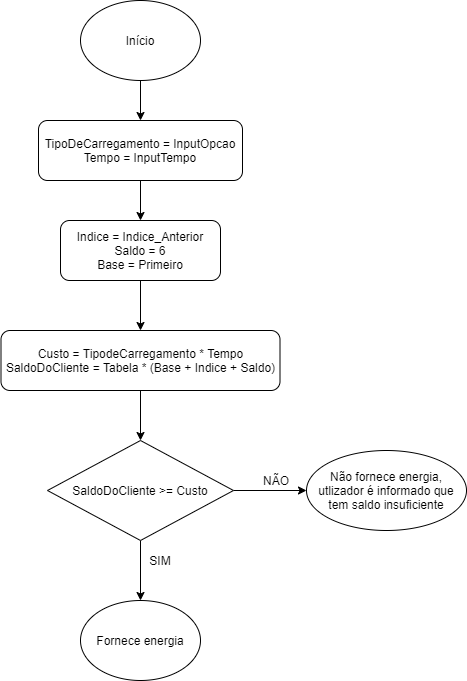
Above: flux_verificacao_saldo.png in ProgRub/Proj2AC (draw.io), before the change. Source tidied: cells renumbered, new cells last; positions are measured from the earlier drawing's top-left corner, leaving out a move shared by most shapes.
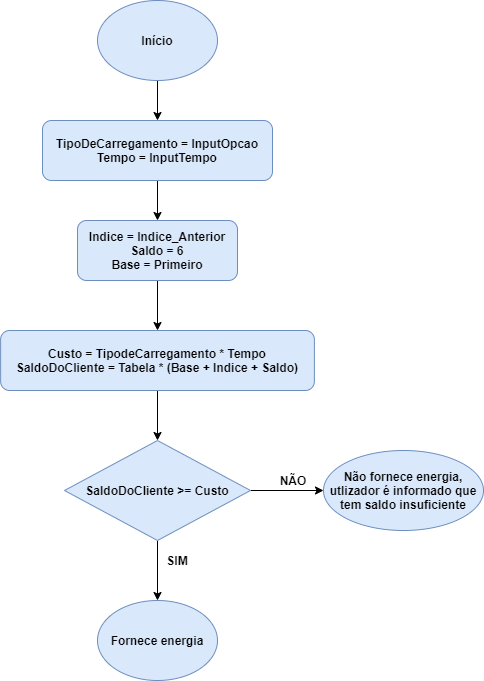
Later version of the same file.

What changed in the source:
```diff
@@ -5,26 +5,26 @@
     <mxCell id="2" style="edgeStyle=orthogonalEdgeStyle;rounded=0;jettySize=auto;html=1;entryX=0.5;entryY=0;entryDx=0;entryDy=0;" parent="1" edge="1" source="3" target="5">
       <mxGeometry relative="1" as="geometry" />
     </mxCell>
-    <mxCell id="3" value="Início" style="ellipse;whiteSpace=wrap;html=1;" parent="1" vertex="1">
+    <mxCell id="3" value="Início" style="ellipse;whiteSpace=wrap;html=1;fillColor=#dae8fc;strokeColor=#6c8ebf;fontStyle=1;" parent="1" vertex="1">
       <mxGeometry x="80" width="120" height="80" as="geometry" />
     </mxCell>
     <mxCell id="4" style="edgeStyle=orthogonalEdgeStyle;rounded=0;jettySize=auto;html=1;entryX=0.5;entryY=0;entryDx=0;entryDy=0;" parent="1" edge="1" source="5" target="7">
       <mxGeometry relative="1" as="geometry" />
     </mxCell>
-    <mxCell id="5" value="TipoDeCarregamento = InputOpcao&lt;br&gt;Tempo = InputTempo" style="rounded=1;whiteSpace=wrap;html=1;" parent="1" vertex="1">
-      <mxGeometry x="38" y="120" width="204" height="60" as="geometry" />
+    <mxCell id="5" value="TipoDeCarregamento = InputOpcao&lt;br&gt;Tempo = InputTempo" style="rounded=1;whiteSpace=wrap;html=1;fillColor=#dae8fc;strokeColor=#6c8ebf;fontStyle=1;" parent="1" vertex="1">
+      <mxGeometry x="25" y="120" width="230" height="60" as="geometry" />
     </mxCell>
     <mxCell id="6" style="edgeStyle=orthogonalEdgeStyle;rounded=0;jettySize=auto;html=1;" parent="1" edge="1" source="7" target="9">
       <mxGeometry relative="1" as="geometry" />
     </mxCell>
-    <mxCell id="7" value="Indice = Indice_Anterior&lt;br&gt;Saldo = 6&lt;br&gt;Base = Primeiro" style="rounded=1;whiteSpace=wrap;html=1;" parent="1" vertex="1">
+    <mxCell id="7" value="Indice = Indice_Anterior&lt;br&gt;Saldo = 6&lt;br&gt;Base = Primeiro" style="rounded=1;whiteSpace=wrap;html=1;fillColor=#dae8fc;strokeColor=#6c8ebf;fontStyle=1;" parent="1" vertex="1">
       <mxGeometry x="60" y="220" width="160" height="60" as="geometry" />
     </mxCell>
     <mxCell id="8" style="edgeStyle=orthogonalEdgeStyle;rounded=0;jettySize=auto;html=1;entryX=0.5;entryY=0;entryDx=0;entryDy=0;" parent="1" edge="1" source="9" target="12">
       <mxGeometry relative="1" as="geometry" />
     </mxCell>
-    <mxCell id="9" value="Custo = TipodeCarregamento * Tempo&lt;br&gt;SaldoDoCliente = Tabela * (Base + Indice + Saldo)" style="rounded=1;whiteSpace=wrap;html=1;" parent="1" vertex="1">
-      <mxGeometry x="0.5" y="330" width="279" height="60" as="geometry" />
+    <mxCell id="9" value="Custo = TipodeCarregamento * Tempo&lt;br&gt;SaldoDoCliente = Tabela * (Base + Indice + Saldo)" style="rounded=1;whiteSpace=wrap;html=1;fillColor=#dae8fc;strokeColor=#6c8ebf;fontStyle=1;" parent="1" vertex="1">
+      <mxGeometry x="-16.9" y="330" width="313.8" height="60" as="geometry" />
     </mxCell>
     <mxCell id="10" style="edgeStyle=orthogonalEdgeStyle;rounded=0;jettySize=auto;html=1;entryX=0;entryY=0.5;entryDx=0;entryDy=0;" parent="1" edge="1" source="12" target="14">
       <mxGeometry relative="1" as="geometry" />
@@ -32,19 +32,19 @@
     <mxCell id="11" style="edgeStyle=orthogonalEdgeStyle;rounded=0;jettySize=auto;html=1;entryX=0.5;entryY=0;entryDx=0;entryDy=0;" parent="1" edge="1" source="12" target="13">
       <mxGeometry relative="1" as="geometry" />
     </mxCell>
-    <mxCell id="12" value="SaldoDoCliente &amp;gt;= Custo" style="rhombus;whiteSpace=wrap;html=1;" parent="1" vertex="1">
+    <mxCell id="12" value="SaldoDoCliente &amp;gt;= Custo" style="rhombus;whiteSpace=wrap;html=1;fontStyle=1;fillColor=#dae8fc;strokeColor=#6c8ebf;" parent="1" vertex="1">
       <mxGeometry x="47" y="440" width="186" height="100" as="geometry" />
     </mxCell>
-    <mxCell id="13" value="Fornece energia" style="ellipse;whiteSpace=wrap;html=1;" parent="1" vertex="1">
+    <mxCell id="13" value="Fornece energia" style="ellipse;whiteSpace=wrap;html=1;fontStyle=1;fillColor=#dae8fc;strokeColor=#6c8ebf;" parent="1" vertex="1">
       <mxGeometry x="80" y="600" width="120" height="80" as="geometry" />
     </mxCell>
-    <mxCell id="14" value="Não fornece energia, utlizador é informado que tem saldo insuficiente" style="ellipse;whiteSpace=wrap;html=1;" parent="1" vertex="1">
+    <mxCell id="14" value="Não fornece energia, utlizador é informado que tem saldo insuficiente" style="ellipse;whiteSpace=wrap;html=1;fontStyle=1;fillColor=#dae8fc;strokeColor=#6c8ebf;" parent="1" vertex="1">
       <mxGeometry x="306" y="450" width="160" height="80" as="geometry" />
     </mxCell>
-    <mxCell id="15" value="NÃO" style="text;html=1;strokeColor=none;fillColor=none;align=center;verticalAlign=middle;whiteSpace=wrap;rounded=0;" parent="1" vertex="1">
+    <mxCell id="15" value="NÃO" style="text;html=1;strokeColor=none;fillColor=none;align=center;verticalAlign=middle;whiteSpace=wrap;rounded=0;fontStyle=1;" parent="1" vertex="1">
       <mxGeometry x="256" y="470" width="40" height="20" as="geometry" />
     </mxCell>
-    <mxCell id="16" value="SIM" style="text;html=1;strokeColor=none;fillColor=none;align=center;verticalAlign=middle;whiteSpace=wrap;rounded=0;" parent="1" vertex="1">
+    <mxCell id="16" value="SIM" style="text;html=1;strokeColor=none;fillColor=none;align=center;verticalAlign=middle;whiteSpace=wrap;rounded=0;fontStyle=1;" parent="1" vertex="1">
       <mxGeometry x="140" y="550" width="40" height="20" as="geometry" />
     </mxCell>
   </root>
```
